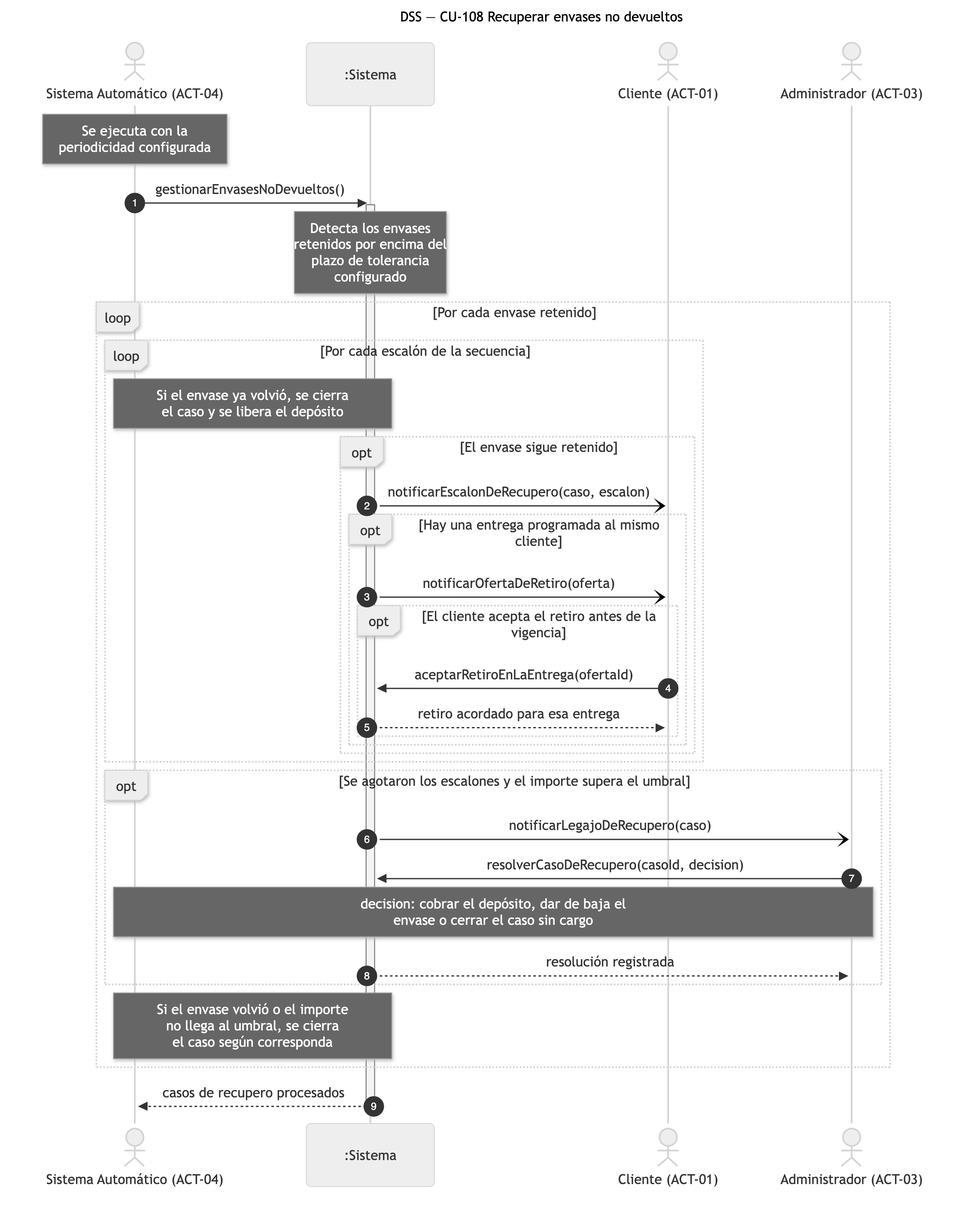
Above: diagramas/png/DSS_CU-108_Recuperar-Envases-No-Devueltos.png in Nahuelito-Dev/splg-docs (Mermaid), before the change. Its source is kept beside it as diagramas/DSS_CU-108_Recuperar-Envases-No-Devueltos.mmd.
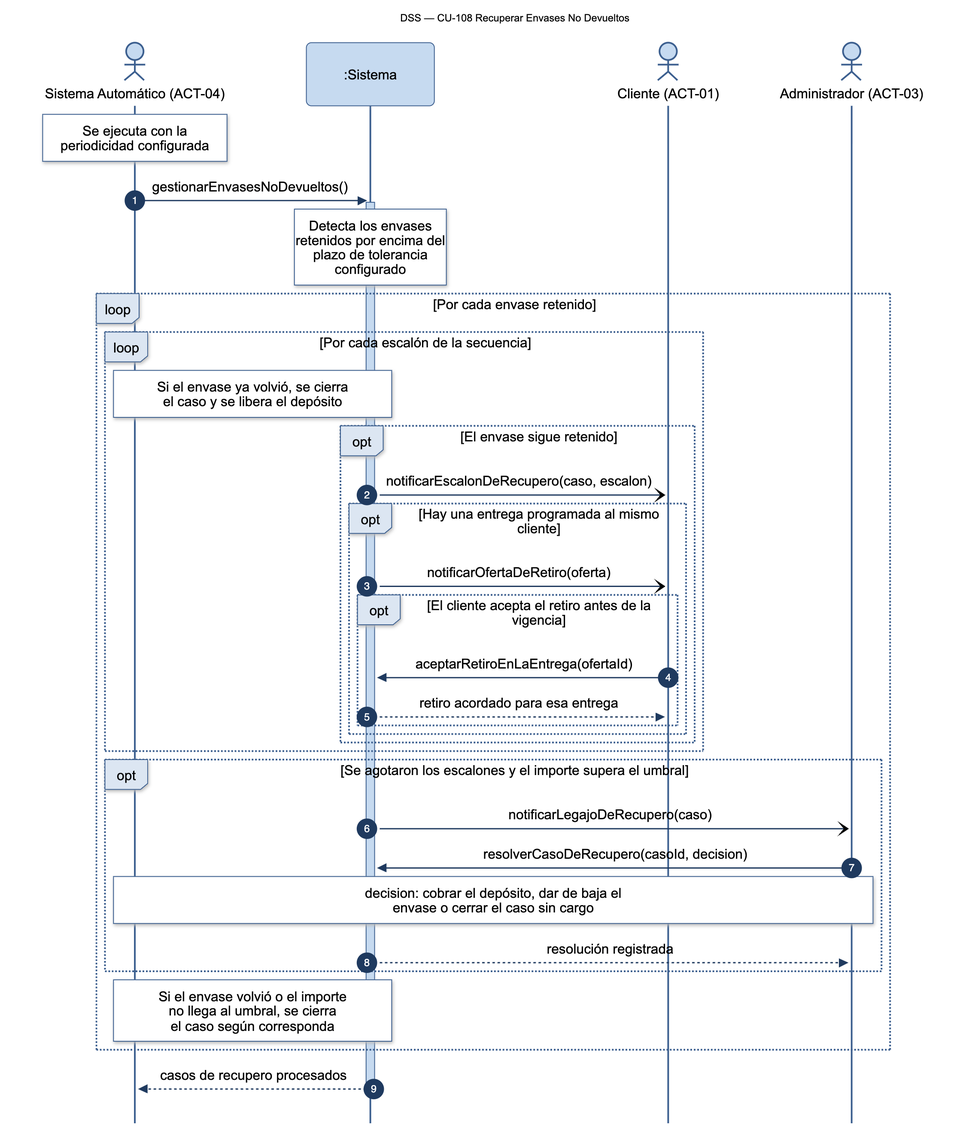
Above is the later version.

Change to the diagram source:
```diff
@@ -1,5 +1,5 @@
 sequenceDiagram
-    title DSS — CU-108 Recuperar envases no devueltos
+    title DSS — CU-108 Recuperar Envases No Devueltos
     autonumber
     actor SAU as Sistema Automático (ACT-04)
     participant SIS as :Sistema
```
